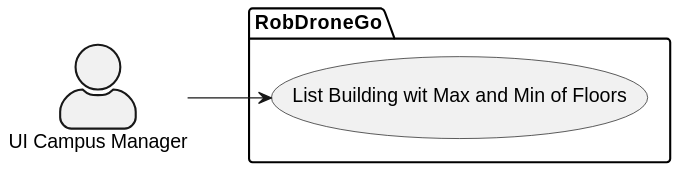
The PlantUML diagram Visualization/docs/US_1070/Diagrams/Level1/SceneryView.svg in Pedro-Pereira1/sem5pi_23_24_g056_Visualization, before a commit. Source of this version:
```plantuml
@startuml
left to right direction

skinparam actorStyle awesome

actor "UI Campus Manager" as CM

package  RobDroneGo  {
  usecase "List Building wit Max and Min of Floors" as UC2
}
CM --> UC2
@enduml
```
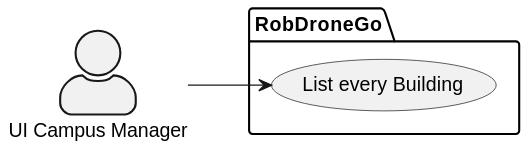
Later version of the same file.

What changed in the source:
```diff
@@ -1,4 +1,4 @@
-@startuml
+@startuml scenaryLevel1
 left to right direction
 
 skinparam actorStyle awesome
@@ -6,7 +6,7 @@
 actor "UI Campus Manager" as CM
 
 package  RobDroneGo  {
-  usecase "List Building wit Max and Min of Floors" as UC2
+  usecase "List every Building" as UC2
 }
 CM --> UC2
 @enduml
```
